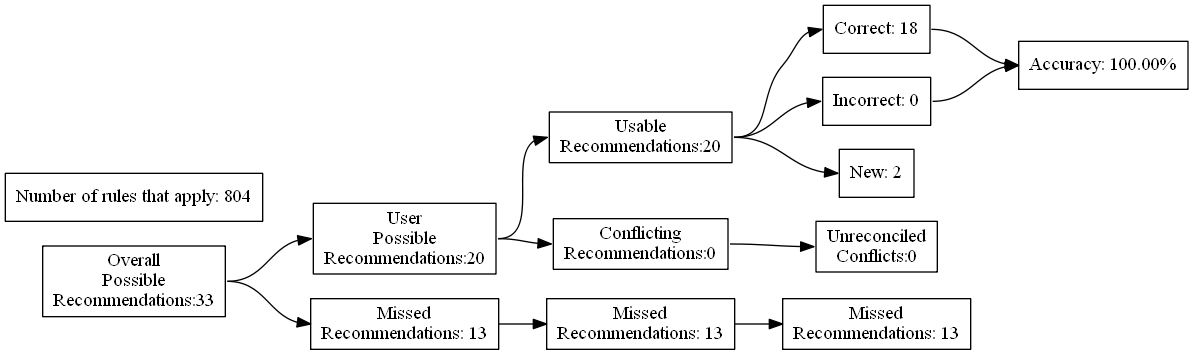
ZaxR/ibd_diet_analysis keeps this Graphviz diagram as test_renders/14.gv.png. Above is the earlier version. Its source is kept beside it as test_renders/14.gv.
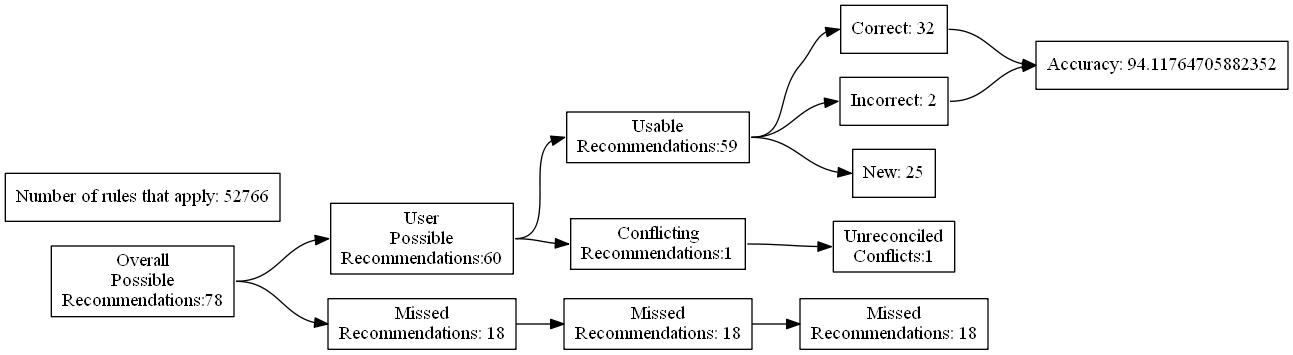
Above is the later version.

What changed in the source:
```diff
@@ -4,27 +4,27 @@
 	edge [headport=w tailport=e]
 		A [label="Overall
 Possible
-Recommendations:33"]
+Recommendations:78"]
 		B [label="User
 Possible
-Recommendations:20"]
+Recommendations:60"]
 		C [label="Missed
-Recommendations: 13"]
+Recommendations: 18"]
 		D [label="Usable
-Recommendations:20"]
+Recommendations:59"]
 		E [label="Conflicting
-Recommendations:0"]
+Recommendations:1"]
 		J [label="Missed
-Recommendations: 13"]
+Recommendations: 18"]
 		M [label="Unreconciled
-Conflicts:0"]
-		F [label="Correct: 18"]
-		G [label="Incorrect: 0"]
-		H [label="New: 2"]
+Conflicts:1"]
+		F [label="Correct: 32"]
+		G [label="Incorrect: 2"]
+		H [label="New: 25"]
 		K [label="Missed
-Recommendations: 13"]
-		I [label="Accuracy: 100.00%"]
-		l [label="Number of rules that apply: 804"]
+Recommendations: 18"]
+		I [label="Accuracy: 94.11764705882352"]
+		l [label="Number of rules that apply: 52766"]
 			A -> B
 			A -> C
 			B -> D
```
